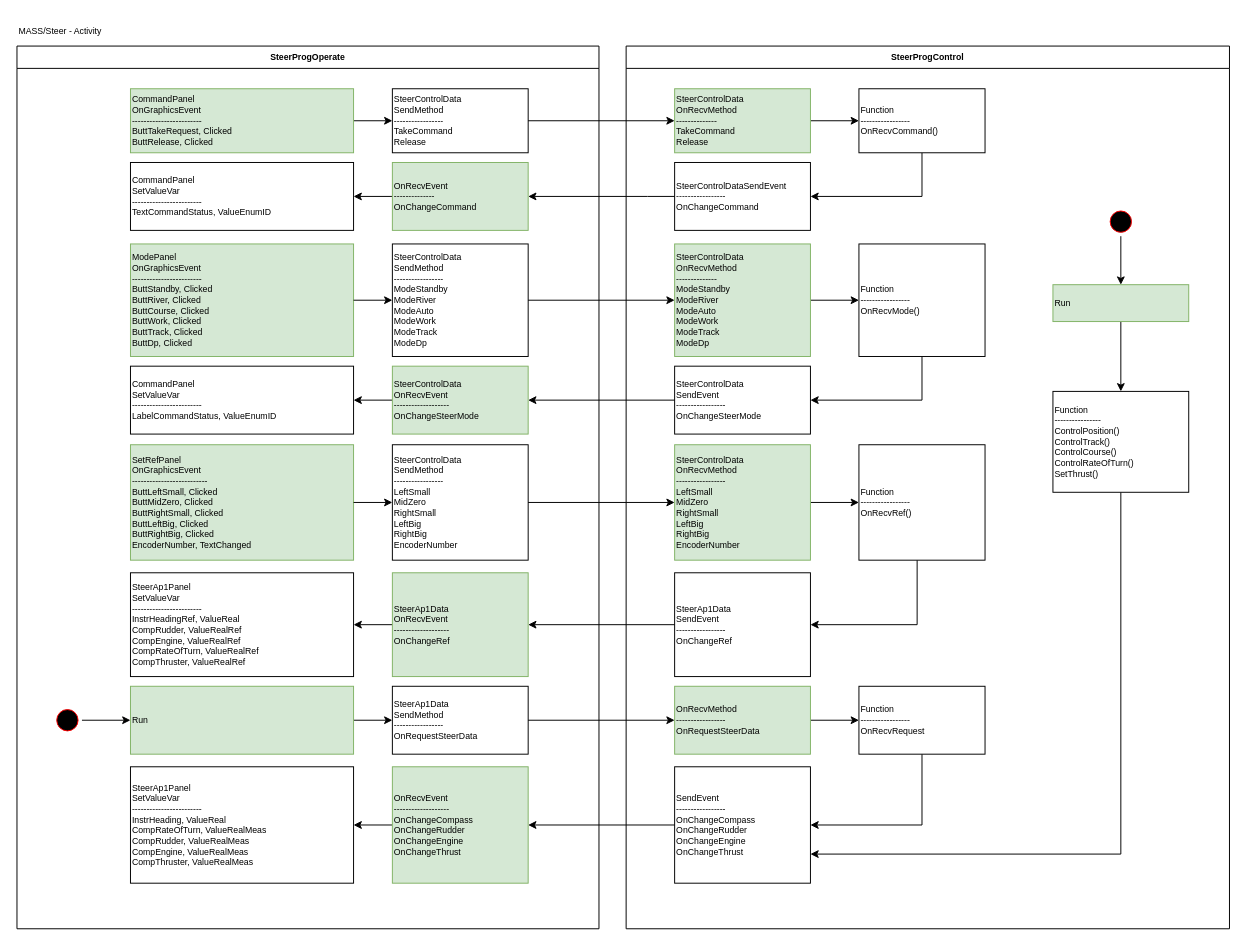
This is page "Steer" (5 of 8) of Schematics/MASS/MassSequenceModulesNetwork.drawio from open-mar/iostudio-modules, a draw.io file, before an edit. Source tidied: cells renumbered, new cells numbered last; positions are measured from the earlier drawing's top-left corner, leaving out a move shared by most shapes. Both pictures are drawn from the tidied source at 97%, with x=0, y=0 at pixel (16, 16).
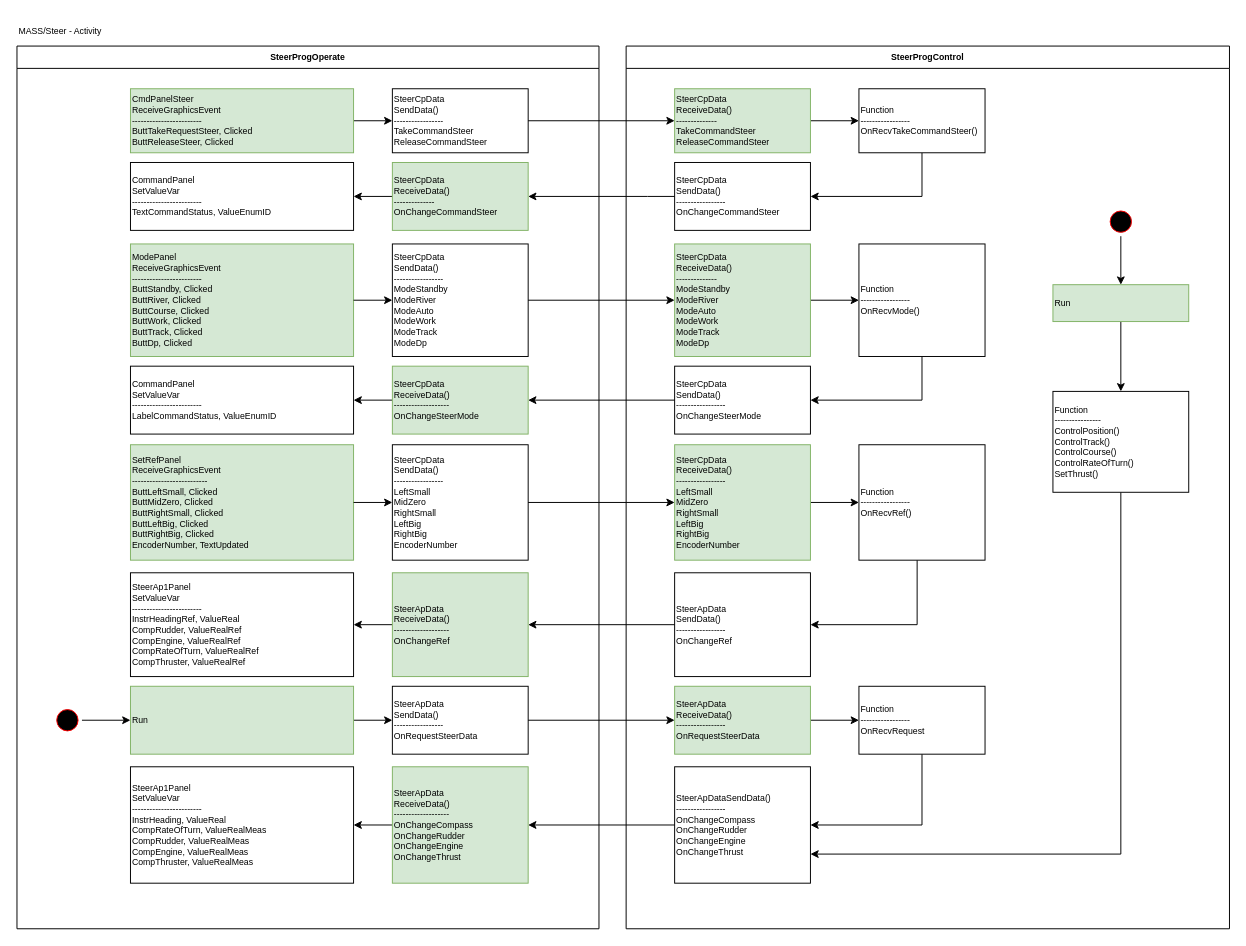
The same page after the edit.

Unchanged cells that the change refers to:
```xml
<mxCell id="2" value="SteerProgOperate" style="swimlane;whiteSpace=wrap;fontSize=9;" parent="1" vertex="1">
  <mxGeometry y="30" width="600" height="910" as="geometry" />
</mxCell>
<mxCell id="30" value="SteerProgControl" style="swimlane;whiteSpace=wrap;fontSize=9;" parent="1" vertex="1">
  <mxGeometry x="628" y="30" width="622" height="910" as="geometry" />
</mxCell>
```

Diff of the diagram source:
```diff
@@
-    <mxCell id="6" value="CommandPanel&#10;OnGraphicsEvent&#10;------------------------&#10;ButtTakeRequest, Clicked&#10;ButtRelease, Clicked" style="align=left;fillColor=#d5e8d4;strokeColor=#82b366;fontSize=9;" parent="2" vertex="1">
+    <mxCell id="6" value="CmdPanelSteer&#10;ReceiveGraphicsEvent&#10;------------------------&#10;ButtTakeRequestSteer, Clicked&#10;ButtReleaseSteer, Clicked" style="align=left;fillColor=#d5e8d4;strokeColor=#82b366;fontSize=9;" parent="2" vertex="1">
       <mxGeometry x="117" y="44" width="230" height="66" as="geometry" />
     </mxCell>
-    <mxCell id="7" value="SteerControlData&#10;SendMethod&#10;-----------------&#10;TakeCommand&#10;Release" style="fontStyle=0;align=left;fontSize=9;" parent="2" vertex="1">
+    <mxCell id="7" value="SteerCpData&#10;SendData()&#10;-----------------&#10;TakeCommandSteer&#10;ReleaseCommandSteer" style="fontStyle=0;align=left;fontSize=9;" parent="2" vertex="1">
       <mxGeometry x="387" y="44" width="140" height="66" as="geometry" />
     </mxCell>
@@
-    <mxCell id="9" value="OnRecvEvent&#10;--------------&#10;OnChangeCommand" style="align=left;fillColor=#d5e8d4;strokeColor=#82b366;fontSize=9;" parent="2" vertex="1">
+    <mxCell id="9" value="SteerCpData&#10;ReceiveData()&#10;--------------&#10;OnChangeCommandSteer" style="align=left;fillColor=#d5e8d4;strokeColor=#82b366;fontSize=9;" parent="2" vertex="1">
       <mxGeometry x="387" y="120" width="140" height="70" as="geometry" />
     </mxCell>
@@
-    <mxCell id="11" value="ModePanel&#10;OnGraphicsEvent&#10;------------------------&#10;ButtStandby, Clicked&#10;ButtRiver, Clicked&#10;ButtCourse, Clicked&#10;ButtWork, Clicked&#10;ButtTrack, Clicked&#10;ButtDp, Clicked" style="align=left;fillColor=#d5e8d4;strokeColor=#82b366;fontSize=9;" parent="2" vertex="1">
+    <mxCell id="11" value="ModePanel&#10;ReceiveGraphicsEvent&#10;------------------------&#10;ButtStandby, Clicked&#10;ButtRiver, Clicked&#10;ButtCourse, Clicked&#10;ButtWork, Clicked&#10;ButtTrack, Clicked&#10;ButtDp, Clicked" style="align=left;fillColor=#d5e8d4;strokeColor=#82b366;fontSize=9;" parent="2" vertex="1">
       <mxGeometry x="117" y="204" width="230" height="116" as="geometry" />
     </mxCell>
-    <mxCell id="12" value="SteerControlData&#10;SendMethod&#10;-----------------&#10;ModeStandby&#10;ModeRiver&#10;ModeAuto&#10;ModeWork&#10;ModeTrack&#10;ModeDp" style="fontStyle=0;align=left;fontSize=9;" parent="2" vertex="1">
+    <mxCell id="12" value="SteerCpData&#10;SendData()&#10;-----------------&#10;ModeStandby&#10;ModeRiver&#10;ModeAuto&#10;ModeWork&#10;ModeTrack&#10;ModeDp" style="fontStyle=0;align=left;fontSize=9;" parent="2" vertex="1">
       <mxGeometry x="387" y="204" width="140" height="116" as="geometry" />
     </mxCell>
@@
-    <mxCell id="15" value="SteerControlData&#10;OnRecvEvent&#10;-------------------&#10;OnChangeSteerMode" style="fontStyle=0;align=left;fillColor=#d5e8d4;strokeColor=#82b366;fontSize=9;" parent="2" vertex="1">
+    <mxCell id="15" value="SteerCpData&#10;ReceiveData()&#10;-------------------&#10;OnChangeSteerMode" style="fontStyle=0;align=left;fillColor=#d5e8d4;strokeColor=#82b366;fontSize=9;" parent="2" vertex="1">
       <mxGeometry x="387" y="330" width="140" height="70" as="geometry" />
     </mxCell>
@@
-    <mxCell id="17" value="SetRefPanel&#10;OnGraphicsEvent&#10;--------------------------&#10;ButtLeftSmall, Clicked&#10;ButtMidZero, Clicked&#10;ButtRightSmall, Clicked&#10;ButtLeftBig, Clicked&#10;ButtRightBig, Clicked&#10;EncoderNumber, TextChanged" style="align=left;fillColor=#d5e8d4;strokeColor=#82b366;fontSize=9;" parent="2" vertex="1">
+    <mxCell id="17" value="SetRefPanel&#10;ReceiveGraphicsEvent&#10;--------------------------&#10;ButtLeftSmall, Clicked&#10;ButtMidZero, Clicked&#10;ButtRightSmall, Clicked&#10;ButtLeftBig, Clicked&#10;ButtRightBig, Clicked&#10;EncoderNumber, TextUpdated" style="align=left;fillColor=#d5e8d4;strokeColor=#82b366;fontSize=9;" parent="2" vertex="1">
       <mxGeometry x="117" y="411" width="230" height="119" as="geometry" />
     </mxCell>
-    <mxCell id="18" value="SteerControlData&#10;SendMethod&#10;-----------------&#10;LeftSmall&#10;MidZero&#10;RightSmall&#10;LeftBig&#10;RightBig&#10;EncoderNumber" style="fontStyle=0;align=left;fontSize=9;" parent="2" vertex="1">
+    <mxCell id="18" value="SteerCpData&#10;SendData()&#10;-----------------&#10;LeftSmall&#10;MidZero&#10;RightSmall&#10;LeftBig&#10;RightBig&#10;EncoderNumber" style="fontStyle=0;align=left;fontSize=9;" parent="2" vertex="1">
       <mxGeometry x="387" y="411" width="140" height="119" as="geometry" />
     </mxCell>
@@
-    <mxCell id="21" value="SteerAp1Data&#10;OnRecvEvent&#10;-------------------&#10;OnChangeRef" style="fontStyle=0;align=left;fillColor=#d5e8d4;strokeColor=#82b366;fontSize=9;" parent="2" vertex="1">
+    <mxCell id="21" value="SteerApData&#10;ReceiveData()&#10;-------------------&#10;OnChangeRef" style="fontStyle=0;align=left;fillColor=#d5e8d4;strokeColor=#82b366;fontSize=9;" parent="2" vertex="1">
       <mxGeometry x="387" y="543" width="140" height="107" as="geometry" />
     </mxCell>
@@
-    <mxCell id="23" value="OnRecvEvent&#10;-------------------&#10;OnChangeCompass&#10;OnChangeRudder&#10;OnChangeEngine&#10;OnChangeThrust" style="fontStyle=0;align=left;fillColor=#d5e8d4;strokeColor=#82b366;fontSize=9;" parent="2" vertex="1">
+    <mxCell id="23" value="SteerApData&#10;ReceiveData()&#10;-------------------&#10;OnChangeCompass&#10;OnChangeRudder&#10;OnChangeEngine&#10;OnChangeThrust" style="fontStyle=0;align=left;fillColor=#d5e8d4;strokeColor=#82b366;fontSize=9;" parent="2" vertex="1">
       <mxGeometry x="387" y="743" width="140" height="120" as="geometry" />
     </mxCell>
@@
-    <mxCell id="29" value="SteerAp1Data&#10;SendMethod&#10;-----------------&#10;OnRequestSteerData" style="fontStyle=0;align=left;fontSize=9;" parent="2" vertex="1">
+    <mxCell id="29" value="SteerApData&#10;SendData()&#10;-----------------&#10;OnRequestSteerData" style="fontStyle=0;align=left;fontSize=9;" parent="2" vertex="1">
       <mxGeometry x="387" y="660" width="140" height="70" as="geometry" />
     </mxCell>
@@
-    <mxCell id="37" value="SteerControlData&#10;OnRecvMethod&#10;--------------&#10;TakeCommand&#10;Release" style="align=left;fillColor=#d5e8d4;strokeColor=#82b366;fontSize=9;" parent="30" vertex="1">
+    <mxCell id="37" value="SteerCpData&#10;ReceiveData()&#10;--------------&#10;TakeCommandSteer&#10;ReleaseCommandSteer" style="align=left;fillColor=#d5e8d4;strokeColor=#82b366;fontSize=9;" parent="30" vertex="1">
       <mxGeometry x="50" y="44" width="140" height="66" as="geometry" />
     </mxCell>
-    <mxCell id="38" value="SteerControlDataSendEvent&#10;-----------------&#10;OnChangeCommand" style="fontStyle=0;align=left;fontSize=9;" parent="30" vertex="1">
+    <mxCell id="38" value="SteerCpData&#10;SendData()&#10;-----------------&#10;OnChangeCommandSteer" style="fontStyle=0;align=left;fontSize=9;" parent="30" vertex="1">
       <mxGeometry x="50" y="120" width="140" height="70" as="geometry" />
     </mxCell>
@@
-    <mxCell id="41" value="SteerControlData&#10;OnRecvMethod&#10;-----------------&#10;LeftSmall&#10;MidZero&#10;RightSmall&#10;LeftBig&#10;RightBig&#10;EncoderNumber" style="fontStyle=0;align=left;fillColor=#d5e8d4;strokeColor=#82b366;fontSize=9;" parent="30" vertex="1">
+    <mxCell id="41" value="SteerCpData&#10;ReceiveData()&#10;-----------------&#10;LeftSmall&#10;MidZero&#10;RightSmall&#10;LeftBig&#10;RightBig&#10;EncoderNumber" style="fontStyle=0;align=left;fillColor=#d5e8d4;strokeColor=#82b366;fontSize=9;" parent="30" vertex="1">
       <mxGeometry x="50" y="411" width="140" height="119" as="geometry" />
     </mxCell>
-    <mxCell id="42" value="SteerControlData&#10;OnRecvMethod&#10;--------------&#10;ModeStandby&#10;ModeRiver&#10;ModeAuto&#10;ModeWork&#10;ModeTrack&#10;ModeDp" style="align=left;fillColor=#d5e8d4;strokeColor=#82b366;fontSize=9;" parent="30" vertex="1">
+    <mxCell id="42" value="SteerCpData&#10;ReceiveData()&#10;--------------&#10;ModeStandby&#10;ModeRiver&#10;ModeAuto&#10;ModeWork&#10;ModeTrack&#10;ModeDp" style="align=left;fillColor=#d5e8d4;strokeColor=#82b366;fontSize=9;" parent="30" vertex="1">
       <mxGeometry x="50" y="204" width="140" height="116" as="geometry" />
     </mxCell>
-    <mxCell id="43" value="SteerControlData&#10;SendEvent&#10;-----------------&#10;OnChangeSteerMode" style="fontStyle=0;align=left;fontSize=9;" parent="30" vertex="1">
+    <mxCell id="43" value="SteerCpData&#10;SendData()&#10;-----------------&#10;OnChangeSteerMode" style="fontStyle=0;align=left;fontSize=9;" parent="30" vertex="1">
       <mxGeometry x="50" y="330" width="140" height="70" as="geometry" />
     </mxCell>
@@
-    <mxCell id="45" value="Function&#10;-----------------&#10;OnRecvCommand()" style="fontStyle=0;align=left;fontSize=9;" parent="30" vertex="1">
+    <mxCell id="45" value="Function&#10;-----------------&#10;OnRecvTakeCommandSteer()" style="fontStyle=0;align=left;fontSize=9;" parent="30" vertex="1">
       <mxGeometry x="240" y="44" width="130" height="66" as="geometry" />
     </mxCell>
@@
-    <mxCell id="51" value="SteerAp1Data&#10;SendEvent&#10;-----------------&#10;OnChangeRef" style="fontStyle=0;align=left;fontSize=9;" parent="30" vertex="1">
+    <mxCell id="51" value="SteerApData&#10;SendData()&#10;-----------------&#10;OnChangeRef" style="fontStyle=0;align=left;fontSize=9;" parent="30" vertex="1">
       <mxGeometry x="50" y="543" width="140" height="107" as="geometry" />
     </mxCell>
@@
-    <mxCell id="53" value="OnRecvMethod&#10;-----------------&#10;OnRequestSteerData" style="fontStyle=0;align=left;fillColor=#d5e8d4;strokeColor=#82b366;fontSize=9;" parent="30" vertex="1">
+    <mxCell id="53" value="SteerApData&#10;ReceiveData()&#10;-----------------&#10;OnRequestSteerData" style="fontStyle=0;align=left;fillColor=#d5e8d4;strokeColor=#82b366;fontSize=9;" parent="30" vertex="1">
       <mxGeometry x="50" y="660" width="140" height="70" as="geometry" />
     </mxCell>
@@
-    <mxCell id="56" value="SendEvent&#10;-----------------&#10;OnChangeCompass&#10;OnChangeRudder&#10;OnChangeEngine&#10;OnChangeThrust" style="fontStyle=0;align=left;fontSize=9;" parent="30" vertex="1">
+    <mxCell id="56" value="SteerApDataSendData()&#10;-----------------&#10;OnChangeCompass&#10;OnChangeRudder&#10;OnChangeEngine&#10;OnChangeThrust" style="fontStyle=0;align=left;fontSize=9;" parent="30" vertex="1">
       <mxGeometry x="50" y="743" width="140" height="120" as="geometry" />
     </mxCell>
```
